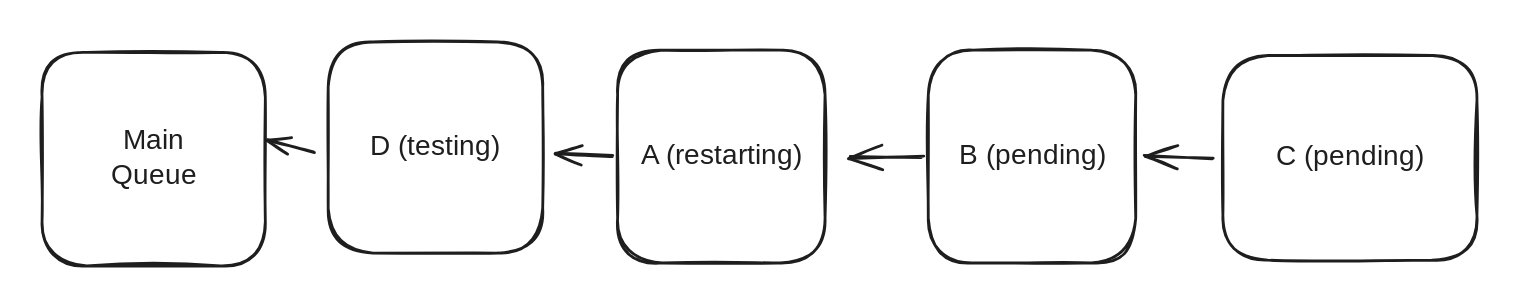
The Excalidraw diagram .gitbook/assets/file.excalidraw (2).svg in trunk-io/docs, before a commit. Source tidied: one line per element, renumbered; positions are measured from the earlier drawing's top-left corner, leaving out a move shared by most shapes.
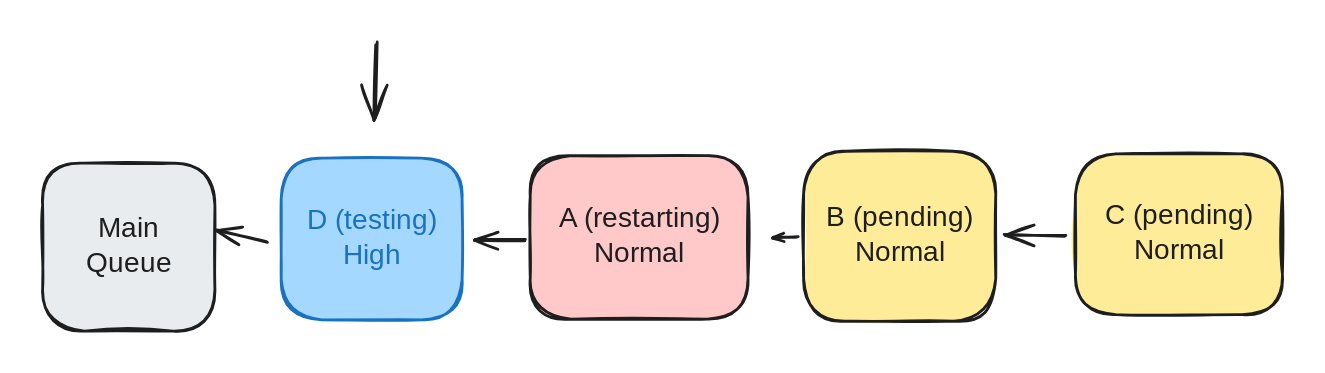
After the change.

The edit, as a diff of the source:
```diff
@@ -1,14 +1,15 @@
-{"id": 0, "type": "rectangle", "strokeColor": "#1e1e1e", "strokeWidth": 2, "roughness": 1, "round": true, "x": 0, "y": 7, "width": 160, "height": 153}
+{"id": 0, "type": "rectangle", "strokeColor": "#1e1e1e", "backgroundColor": "#e9ecef", "fillStyle": "solid", "strokeWidth": 2, "roughness": 1, "round": true, "x": 36, "y": 40, "width": 123, "height": 120}
-{"id": 1, "type": "text", "text": "Main\nQueue", "strokeColor": "#1e1e1e", "strokeWidth": 2, "roughness": 1, "fontSize": 20, "fontFamily": 1, "textAlign": "center", "verticalAlign": "middle", "inside": 0, "x": 50, "y": 59, "width": 59, "height": 50}
+{"id": 1, "type": "text", "text": "Main\nQueue", "strokeColor": "#1e1e1e", "strokeWidth": 2, "roughness": 1, "fontSize": 20, "fontFamily": 1, "textAlign": "center", "verticalAlign": "middle", "inside": 0, "x": 69, "y": 75, "width": 59, "height": 50}
-{"id": 2, "type": "rectangle", "strokeColor": "#1e1e1e", "strokeWidth": 2, "roughness": 1, "round": true, "x": 411, "y": 6, "width": 148, "height": 152}
+{"id": 2, "type": "rectangle", "strokeColor": "#1e1e1e", "backgroundColor": "#ffc9c9", "fillStyle": "solid", "strokeWidth": 2, "roughness": 1, "round": true, "x": 385, "y": 35, "width": 156, "height": 117}
-{"id": 3, "type": "text", "text": "A (restarting)", "strokeColor": "#1e1e1e", "strokeWidth": 2, "roughness": 1, "fontSize": 20, "fontFamily": 1, "textAlign": "center", "verticalAlign": "middle", "inside": 2, "x": 417, "y": 69, "width": 137, "height": 25}
+{"id": 3, "type": "text", "text": "A (restarting)\nNormal", "strokeColor": "#1e1e1e", "strokeWidth": 2, "roughness": 1, "fontSize": 20, "fontFamily": 1, "textAlign": "center", "verticalAlign": "middle", "inside": 2, "x": 394, "y": 68, "width": 137, "height": 50}
-{"id": 4, "type": "arrow", "strokeColor": "#1e1e1e", "strokeWidth": 2, "roughness": 1, "endArrowhead": "arrow", "round": true, "from": 11, "to": 0, "x": 195, "y": 79, "width": 34, "height": 9, "points": [[0, 0], [-34, -9]]}
+{"id": 4, "type": "arrow", "strokeColor": "#1e1e1e", "strokeWidth": 2, "roughness": 1, "endArrowhead": "arrow", "round": true, "from": 11, "to": 0, "x": 197, "y": 97, "width": 37, "height": 9, "points": [[0, 0], [-37, -9]]}
-{"id": 5, "type": "rectangle", "strokeColor": "#1e1e1e", "strokeWidth": 2, "roughness": 1, "round": true, "x": 633, "y": 6, "width": 148, "height": 152}
+{"id": 5, "type": "rectangle", "strokeColor": "#1e1e1e", "backgroundColor": "#ffec99", "fillStyle": "solid", "strokeWidth": 2, "roughness": 1, "round": true, "x": 581, "y": 31, "width": 137, "height": 122}
-{"id": 6, "type": "text", "text": "B (pending)", "strokeColor": "#1e1e1e", "strokeWidth": 2, "roughness": 1, "fontSize": 20, "fontFamily": 1, "textAlign": "center", "verticalAlign": "middle", "inside": 5, "x": 655, "y": 69, "width": 105, "height": 25}
+{"id": 6, "type": "text", "text": "B (pending)\nNormal", "strokeColor": "#1e1e1e", "strokeWidth": 2, "roughness": 1, "fontSize": 20, "fontFamily": 1, "textAlign": "center", "verticalAlign": "middle", "inside": 5, "x": 597, "y": 67, "width": 105, "height": 50}
-{"id": 7, "type": "arrow", "strokeColor": "#1e1e1e", "strokeWidth": 2, "roughness": 1, "endArrowhead": "arrow", "round": true, "from": 5, "to": 2, "x": 629, "y": 83, "width": 51, "height": 1, "points": [[0, 0], [-51, -1]]}
+{"id": 7, "type": "arrow", "strokeColor": "#1e1e1e", "strokeWidth": 2, "roughness": 1, "endArrowhead": "arrow", "round": true, "from": 5, "to": 2, "x": 576, "y": 93, "width": 17, "height": 0, "points": [[0, 0], [-17, 0]]}
-{"id": 8, "type": "rectangle", "strokeColor": "#1e1e1e", "strokeWidth": 2, "roughness": 1, "round": true, "x": 844, "y": 10, "width": 181, "height": 146}
+{"id": 8, "type": "rectangle", "strokeColor": "#1e1e1e", "backgroundColor": "#ffec99", "fillStyle": "solid", "strokeWidth": 2, "roughness": 1, "round": true, "x": 775, "y": 33, "width": 148, "height": 115}
-{"id": 9, "type": "text", "text": "C (pending)", "strokeColor": "#1e1e1e", "strokeWidth": 2, "roughness": 1, "fontSize": 20, "fontFamily": 1, "textAlign": "center", "verticalAlign": "middle", "inside": 8, "x": 883, "y": 70, "width": 103, "height": 25}
+{"id": 9, "type": "text", "text": "C (pending)\nNormal", "strokeColor": "#1e1e1e", "strokeWidth": 2, "roughness": 1, "fontSize": 20, "fontFamily": 1, "textAlign": "center", "verticalAlign": "middle", "inside": 8, "x": 797, "y": 66, "width": 103, "height": 50}
-{"id": 10, "type": "arrow", "strokeColor": "#1e1e1e", "strokeWidth": 2, "roughness": 1, "endArrowhead": "arrow", "round": true, "from": 8, "to": 5, "x": 836, "y": 84, "width": 49, "height": 3, "points": [[0, 0], [-49, -3]]}
+{"id": 10, "type": "arrow", "strokeColor": "#1e1e1e", "strokeWidth": 2, "roughness": 1, "endArrowhead": "arrow", "round": true, "from": 8, "to": 5, "x": 768, "y": 92, "width": 43, "height": 2, "points": [[0, 0], [-43, -2]]}
-{"id": 11, "type": "rectangle", "strokeColor": "#1e1e1e", "strokeWidth": 2, "roughness": 1, "round": true, "x": 204, "y": 0, "width": 153, "height": 151}
+{"id": 11, "type": "rectangle", "strokeColor": "#1971c2", "backgroundColor": "#a5d8ff", "fillStyle": "solid", "strokeWidth": 2, "roughness": 1, "round": true, "x": 207, "y": 36, "width": 129, "height": 116}
-{"id": 12, "type": "text", "text": "D (testing)", "strokeColor": "#1e1e1e", "strokeWidth": 2, "roughness": 1, "fontSize": 20, "fontFamily": 1, "textAlign": "center", "verticalAlign": "middle", "inside": 11, "x": 227, "y": 63, "width": 109, "height": 25}
+{"id": 12, "type": "text", "text": "D (testing)\nHigh", "strokeColor": "#1971c2", "strokeWidth": 2, "roughness": 1, "fontSize": 20, "fontFamily": 1, "textAlign": "center", "verticalAlign": "middle", "inside": 11, "x": 217, "y": 69, "width": 109, "height": 50}
-{"id": 13, "type": "arrow", "strokeColor": "#1e1e1e", "strokeWidth": 2, "roughness": 1, "endArrowhead": "arrow", "round": true, "from": 2, "to": 11, "x": 407, "y": 81, "width": 40, "height": 2, "points": [[0, 0], [-40, -2]]}
+{"id": 13, "type": "arrow", "strokeColor": "#1e1e1e", "strokeWidth": 2, "roughness": 1, "endArrowhead": "arrow", "round": true, "from": 2, "to": 11, "x": 381, "y": 95, "width": 36, "height": 0, "points": [[0, 0], [-36, 0]]}
+{"id": 14, "type": "arrow", "strokeColor": "#1e1e1e", "strokeWidth": 2, "roughness": 1, "endArrowhead": "arrow", "round": true, "to": 11, "x": 275, "y": -46, "width": 1, "height": 54, "points": [[0, 0], [-1, 54]]}
```
